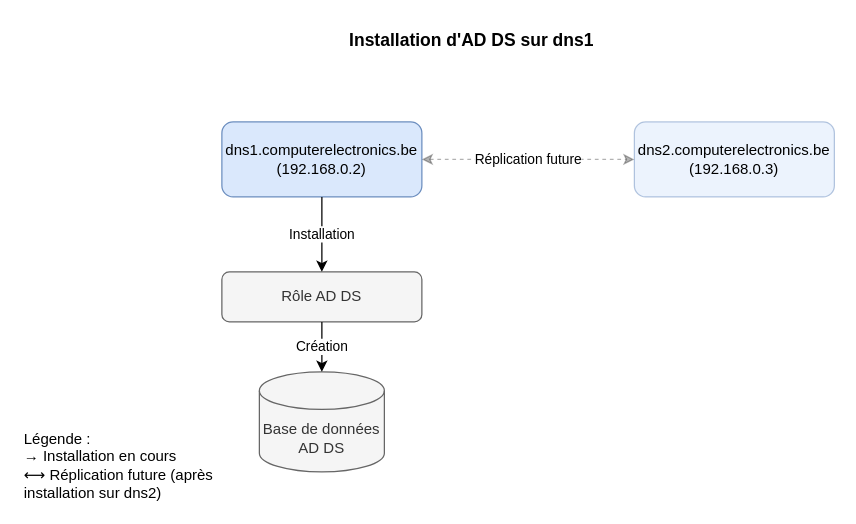
This is diagrams/dns_ad_installation.drawio from choquitofrito/ActiveDirectory, a draw.io file, before an edit. Source tidied: cells renumbered, new cells numbered last; positions are measured from the earlier drawing's top-left corner, leaving out a move shared by most shapes. Both pictures are drawn from the tidied source at 125%, with x=0, y=0 at pixel (21, 21).
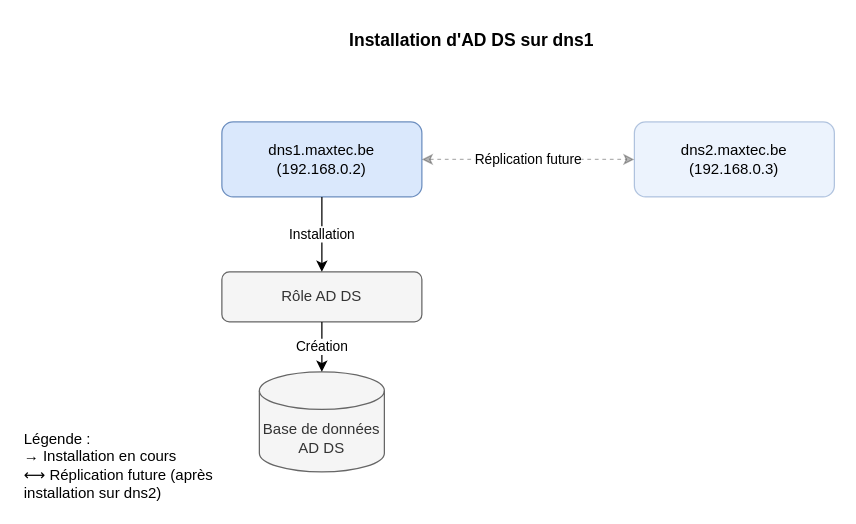
Above is the later version.

What changed in the source:
```diff
@@
 <mxGraphModel>
   <root>
     <mxCell id="0" />
     <mxCell id="1" parent="0" />
-    <mxCell id="2" value="dns1.computerelectronics.be&lt;br&gt;(192.168.0.2)&lt;br&gt;" style="rounded=1;whiteSpace=wrap;html=1;fillColor=#dae8fc;strokeColor=#6c8ebf;" parent="1" vertex="1">
+    <mxCell id="2" value="dns1.maxtec.be&lt;br&gt;(192.168.0.2)&lt;br&gt;" style="rounded=1;whiteSpace=wrap;html=1;fillColor=#dae8fc;strokeColor=#6c8ebf;" parent="1" vertex="1">
       <mxGeometry x="160" y="80" width="160" height="60" as="geometry" />
     </mxCell>
-    <mxCell id="3" value="dns2.computerelectronics.be&lt;br&gt;(192.168.0.3)" style="rounded=1;whiteSpace=wrap;html=1;fillColor=#dae8fc;strokeColor=#6c8ebf;opacity=50;" parent="1" vertex="1">
+    <mxCell id="3" value="dns2.maxtec.be&lt;br&gt;(192.168.0.3)" style="rounded=1;whiteSpace=wrap;html=1;fillColor=#dae8fc;strokeColor=#6c8ebf;opacity=50;" parent="1" vertex="1">
       <mxGeometry x="490" y="80" width="160" height="60" as="geometry" />
     </mxCell>
     <mxCell id="4" value="Rôle AD DS" style="rounded=1;whiteSpace=wrap;html=1;fillColor=#f5f5f5;strokeColor=#666666;fontColor=#333333;" parent="1" vertex="1">
       <mxGeometry x="160" y="200" width="160" height="40" as="geometry" />
     </mxCell>
     <mxCell id="5" value="Base de données AD DS" style="shape=cylinder3;whiteSpace=wrap;html=1;boundedLbl=1;backgroundOutline=1;size=15;fillColor=#f5f5f5;strokeColor=#666666;fontColor=#333333;" parent="1" vertex="1">
       <mxGeometry x="190" y="280" width="100" height="80" as="geometry" />
     </mxCell>
     <mxCell id="6" value="Installation" style="endArrow=classic;html=1;exitX=0.5;exitY=1;exitDx=0;exitDy=0;entryX=0.5;entryY=0;entryDx=0;entryDy=0;" parent="1" edge="1" source="2" target="4">
       <mxGeometry relative="1" as="geometry" />
     </mxCell>
     <mxCell id="7" value="Création" style="endArrow=classic;html=1;exitX=0.5;exitY=1;exitDx=0;exitDy=0;entryX=0.5;entryY=0;entryDx=0;entryDy=0;" parent="1" edge="1" source="4" target="5">
       <mxGeometry relative="1" as="geometry" />
     </mxCell>
     <mxCell id="8" value="Réplication future" style="endArrow=classic;startArrow=classic;html=1;exitX=1;exitY=0.5;exitDx=0;exitDy=0;entryX=0;entryY=0.5;entryDx=0;entryDy=0;dashed=1;opacity=30;" parent="1" edge="1" source="2" target="3">
       <mxGeometry relative="1" as="geometry" />
     </mxCell>
     <mxCell id="9" value="Installation d'AD DS sur dns1" style="text;html=1;strokeColor=none;fillColor=none;align=center;verticalAlign=middle;whiteSpace=wrap;rounded=0;fontSize=14;fontStyle=1;" parent="1" vertex="1">
       <mxGeometry x="240" width="240" height="30" as="geometry" />
     </mxCell>
     <mxCell id="10" value="Légende :&#10;→ Installation en cours&#10;⟷ Réplication future (après installation sur dns2)" style="text;html=1;strokeColor=none;fillColor=none;align=left;verticalAlign=top;whiteSpace=wrap;rounded=0;" parent="1" vertex="1">
       <mxGeometry y="320" width="160" height="60" as="geometry" />
     </mxCell>
   </root>
 </mxGraphModel>
```
